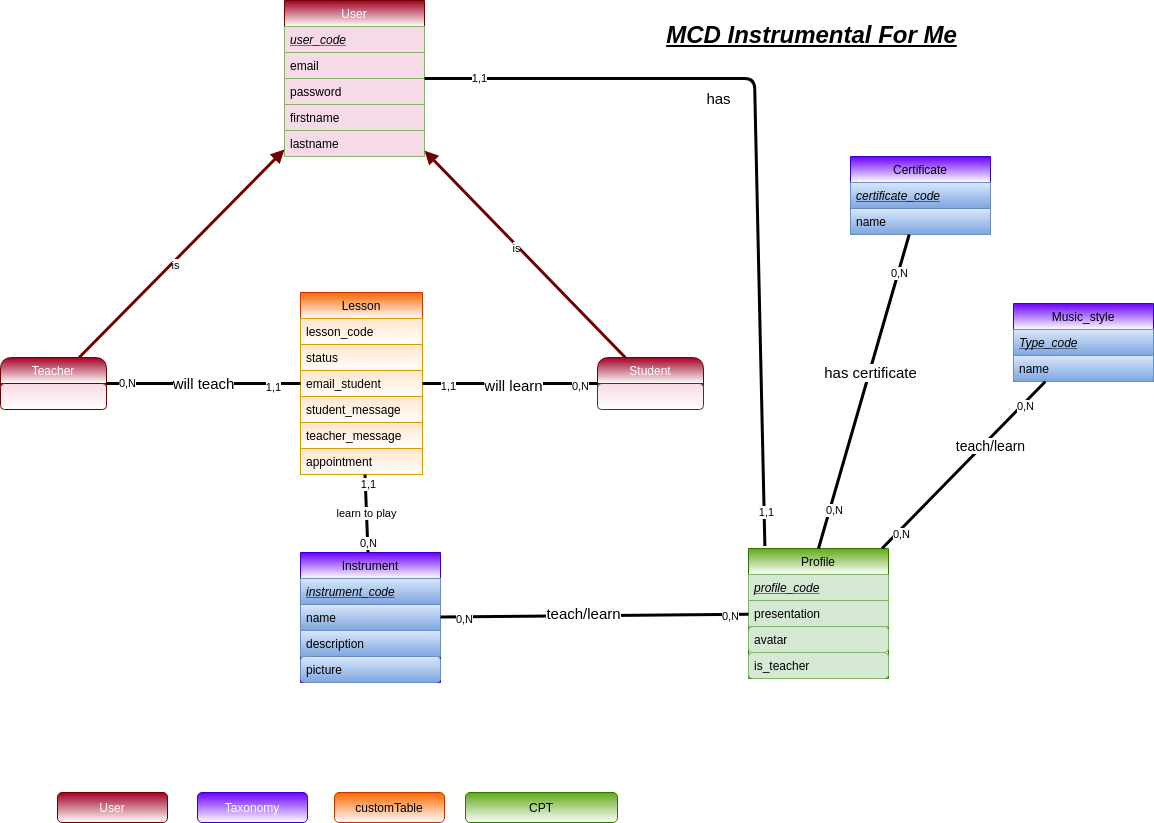
The draw.io diagram _documentation/mcd.drawio.png in Brewalan74/InstrumentalForMe, before a commit. Source tidied: cells renumbered, new cells last; positions are measured from the earlier drawing's top-left corner, leaving out a move shared by most shapes.
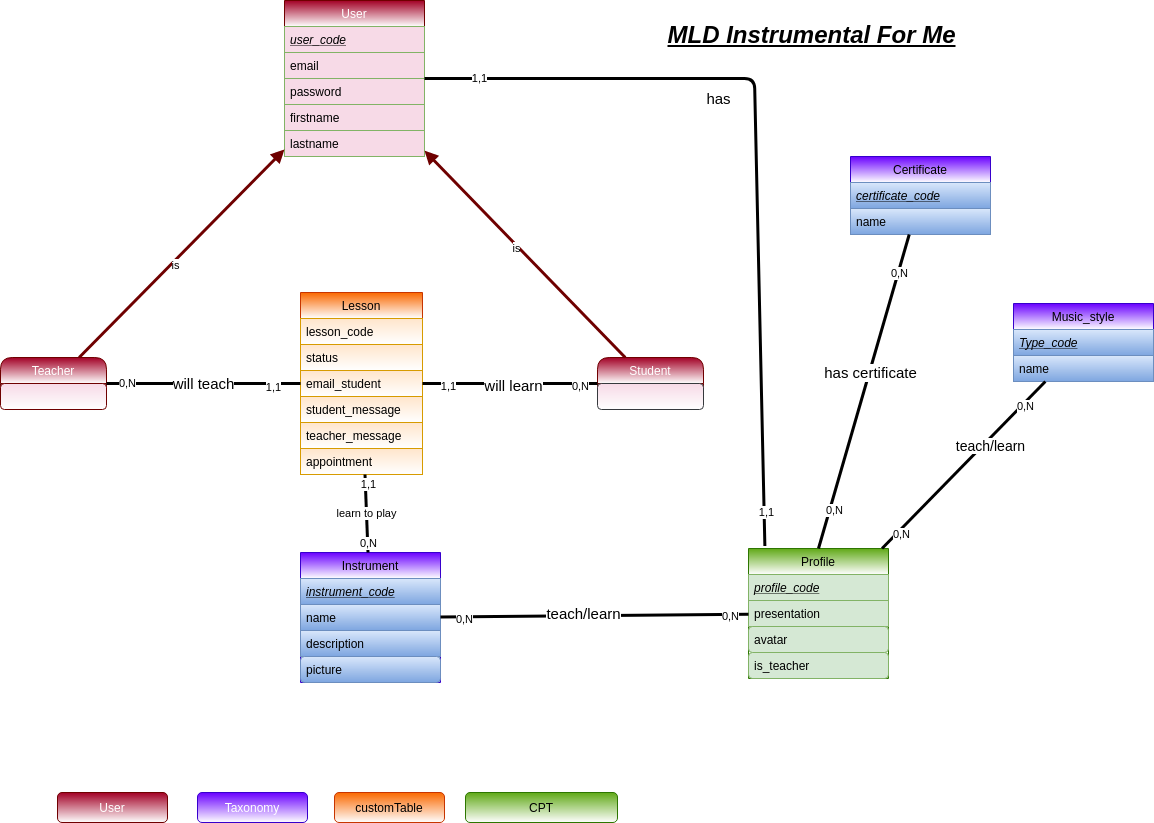
After the commit.

Change to the diagram source:
```diff
@@ -1,4 +1,4 @@
-<mxGraphModel background="#1A1A1A">
+<mxGraphModel background="#BABABA">
   <root>
     <mxCell id="0" />
     <mxCell id="1" parent="0" />
@@ -38,10 +38,10 @@
     <mxCell id="13" value="role" style="text;strokeColor=#82b366;align=left;verticalAlign=top;spacingLeft=4;spacingRight=4;overflow=hidden;fontColor=#000000;fillColor=#F7DAE7;" parent="7" vertex="1">
       <mxGeometry y="156" width="140" height="26" as="geometry" />
     </mxCell>
-    <mxCell id="14" value="User" style="rounded=1;whiteSpace=wrap;html=1;fillColor=#a20025;strokeColor=#6F0000;fontColor=#ffffff;gradientColor=#ffffff;" parent="1" vertex="1">
+    <mxCell id="14" value="User" style="rounded=1;whiteSpace=wrap;html=1;fillColor=#a20025;strokeColor=#6F0000;gradientColor=#ffffff;fontColor=#000000;" parent="1" vertex="1">
       <mxGeometry x="829" y="519" width="110" height="30" as="geometry" />
     </mxCell>
-    <mxCell id="15" value="Taxonomy" style="rounded=1;whiteSpace=wrap;html=1;fillColor=#6a00ff;strokeColor=#3700CC;fontColor=#ffffff;gradientColor=#ffffff;" parent="1" vertex="1">
+    <mxCell id="15" value="Taxonomy" style="rounded=1;whiteSpace=wrap;html=1;fillColor=#6a00ff;strokeColor=#3700CC;gradientColor=#ffffff;fontColor=#000000;" parent="1" vertex="1">
       <mxGeometry x="829" y="579" width="110" height="30" as="geometry" />
     </mxCell>
     <mxCell id="16" value="customTable" style="rounded=1;whiteSpace=wrap;html=1;fillColor=#fa6800;strokeColor=#C73500;fontColor=#000000;gradientColor=#ffffff;" parent="1" vertex="1">
@@ -161,7 +161,7 @@
     <mxCell id="52" value="0,N" style="edgeLabel;html=1;align=center;verticalAlign=middle;" parent="51" vertex="1">
       <mxGeometry x="0.8" y="3" relative="1" as="geometry" />
     </mxCell>
-    <mxCell id="53" value="&#10;has certificate" style="swimlane;fontStyle=0;horizontal=1;startSize=26;rounded=1;" parent="1" vertex="1">
+    <mxCell id="53" value="&#10;has certificate" style="swimlane;fontStyle=0;horizontal=1;startSize=26;rounded=1;gradientColor=#97d077;fillColor=#d5e8d4;strokeColor=#82b366;fontColor=#000000;" parent="1" vertex="1">
       <mxGeometry x="29.5" y="353" width="81" height="52" as="geometry" />
     </mxCell>
     <mxCell id="54" style="endArrow=none;html=1;strokeWidth=3;endSize=3;" parent="1" edge="1" source="7" target="53">
@@ -172,13 +172,13 @@
         <mxPoint y="7" as="offset" />
       </mxGeometry>
     </mxCell>
-    <mxCell id="56" value="About" style="swimlane;fontStyle=0;horizontal=1;startSize=26;rounded=1;" parent="1" vertex="1">
+    <mxCell id="56" value="About" style="swimlane;fontStyle=0;horizontal=1;startSize=26;rounded=1;gradientColor=#97d077;fillColor=#d5e8d4;strokeColor=#82b366;fontColor=#000000;" parent="1" vertex="1">
       <mxGeometry x="421" y="321" width="81" height="52" as="geometry" />
     </mxCell>
     <mxCell id="57" style="endArrow=none;html=1;" parent="1" edge="1" source="2" target="56">
       <mxGeometry relative="1" as="geometry" />
     </mxCell>
-    <mxCell id="58" value="Has" style="swimlane;fontStyle=0;horizontal=1;startSize=26;rounded=1;" parent="1" vertex="1">
+    <mxCell id="58" value="Has" style="swimlane;fontStyle=0;horizontal=1;startSize=26;rounded=1;gradientColor=#97d077;fillColor=#d5e8d4;strokeColor=#82b366;fontColor=#000000;" parent="1" vertex="1">
       <mxGeometry x="235" y="449" width="81" height="52" as="geometry" />
     </mxCell>
     <mxCell id="59" style="endArrow=none;html=1;strokeWidth=3;" parent="1" edge="1" source="28" target="58">
@@ -187,7 +187,7 @@
     <mxCell id="60" value="0,N" style="edgeLabel;html=1;align=center;verticalAlign=middle;" parent="59" vertex="1">
       <mxGeometry x="-0.73" y="3" relative="1" as="geometry" />
     </mxCell>
-    <mxCell id="61" value="Has" style="swimlane;fontStyle=0;horizontal=1;startSize=26;rounded=1;" parent="1" vertex="1">
+    <mxCell id="61" value="Has" style="swimlane;fontStyle=0;horizontal=1;startSize=26;rounded=1;gradientColor=#97d077;fillColor=#d5e8d4;strokeColor=#82b366;fontColor=#000000;" parent="1" vertex="1">
       <mxGeometry x="613" y="449" width="81" height="52" as="geometry" />
     </mxCell>
     <mxCell id="62" style="endArrow=none;html=1;strokeWidth=3;" parent="1" edge="1" source="28" target="61">
@@ -196,7 +196,7 @@
     <mxCell id="63" value="0,N" style="edgeLabel;html=1;align=center;verticalAlign=middle;" parent="62" vertex="1">
       <mxGeometry x="-0.73" y="3" relative="1" as="geometry" />
     </mxCell>
-    <mxCell id="64" value="Learn" style="swimlane;fontStyle=0;horizontal=1;startSize=26;rounded=1;" parent="1" vertex="1">
+    <mxCell id="64" value="Learn" style="swimlane;fontStyle=0;horizontal=1;startSize=26;rounded=1;gradientColor=#97d077;fillColor=#d5e8d4;strokeColor=#82b366;fontColor=#000000;" parent="1" vertex="1">
       <mxGeometry x="624" y="318" width="81" height="52" as="geometry" />
     </mxCell>
     <mxCell id="65" style="endArrow=none;html=1;" parent="1" edge="1" source="2" target="64">
@@ -207,7 +207,7 @@
         <mxPoint x="-1" as="offset" />
       </mxGeometry>
     </mxCell>
-    <mxCell id="67" value="Teach" style="swimlane;fontStyle=0;horizontal=1;startSize=26;rounded=1;" parent="1" vertex="1">
+    <mxCell id="67" value="Teach" style="swimlane;fontStyle=0;horizontal=1;startSize=26;rounded=1;gradientColor=#97d077;fillColor=#d5e8d4;strokeColor=#82b366;fontColor=#000000;" parent="1" vertex="1">
       <mxGeometry x="225" y="321" width="81" height="52" as="geometry" />
     </mxCell>
     <mxCell id="68" style="endArrow=none;html=1;" parent="1" edge="1" source="7" target="67">
@@ -218,7 +218,7 @@
         <mxPoint y="1" as="offset" />
       </mxGeometry>
     </mxCell>
-    <mxCell id="70" value="Take" style="swimlane;fontStyle=0;horizontal=1;startSize=26;rounded=1;" parent="1" vertex="1">
+    <mxCell id="70" value="Take" style="swimlane;fontStyle=0;horizontal=1;startSize=26;rounded=1;gradientColor=#97d077;fillColor=#d5e8d4;strokeColor=#82b366;fontColor=#000000;" parent="1" vertex="1">
       <mxGeometry x="608" y="166" width="81" height="52" as="geometry" />
     </mxCell>
     <mxCell id="71" style="endArrow=none;html=1;" parent="1" edge="1" source="18" target="70">
@@ -227,7 +227,7 @@
     <mxCell id="72" value="1,1" style="edgeLabel;html=1;align=center;verticalAlign=middle;fontColor=#FFFFFF;" parent="71" vertex="1">
       <mxGeometry x="-0.84" y="-2" relative="1" as="geometry" />
     </mxCell>
-    <mxCell id="73" value="Give" style="swimlane;fontStyle=0;horizontal=1;startSize=26;rounded=1;" parent="1" vertex="1">
+    <mxCell id="73" value="Give" style="swimlane;fontStyle=0;horizontal=1;startSize=26;rounded=1;gradientColor=#97d077;fillColor=#d5e8d4;strokeColor=#82b366;fontColor=#000000;" parent="1" vertex="1">
       <mxGeometry x="229" y="168" width="81" height="52" as="geometry" />
     </mxCell>
     <mxCell id="74" style="endArrow=none;html=1;" parent="1" edge="1" source="7" target="73">
```
